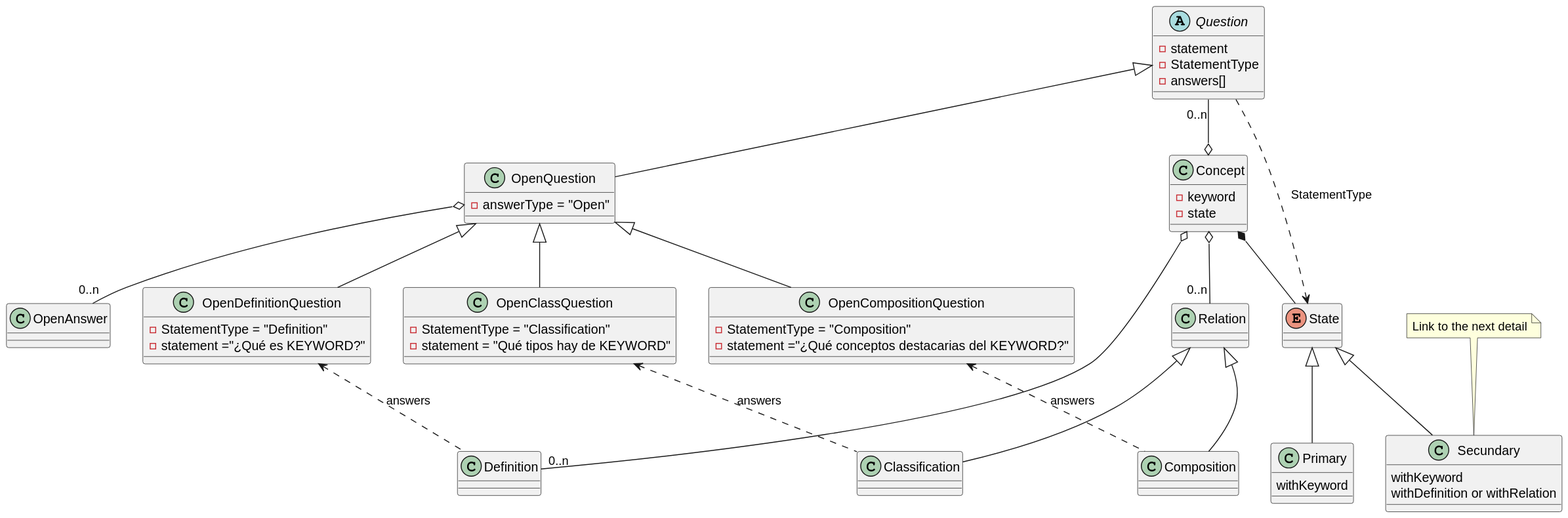
Joselon/ProyectoOpoTest keeps this PlantUML diagram as out/doc/dominio_detail_concept/ConceptDomainDetail.svg. Above is the earlier version.
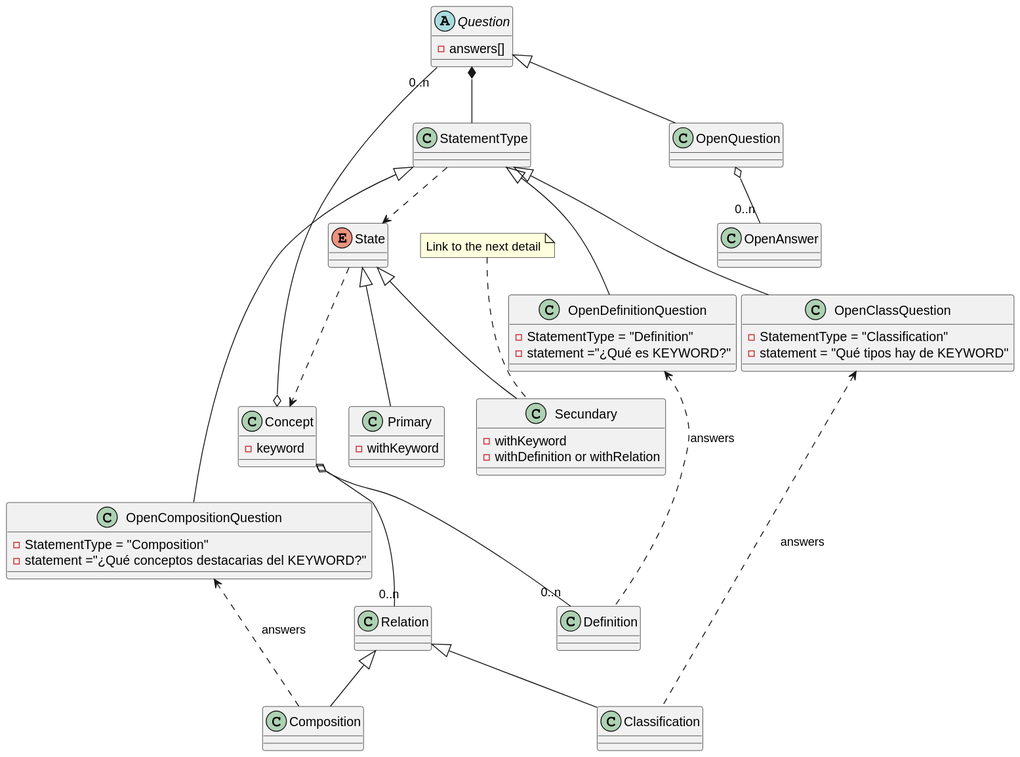
After the commit.

What changed in the source:
```diff
@@ -2,7 +2,6 @@
 
 class Concept {
     - keyword
-    - state
 }
 
 
@@ -17,12 +16,12 @@
 enum State
 
 class Primary {
-    withKeyword
+    - withKeyword
 }
 
 class Secundary {
-    withKeyword
-    withDefinition or withRelation
+    - withKeyword
+    - withDefinition or withRelation
 }
 note "Link to the next detail" as link
 link .- Secundary
@@ -46,20 +45,19 @@
 }
 
 abstract class Question {
-    - statement
-    - StatementType
     - answers[]
 }
 
 class OpenQuestion {
-    - answerType = "Open"
+
 }
 
 Question <|-- OpenQuestion
 Question "0..n" -o Concept
 OpenQuestion o--"0..n" OpenAnswer
-Concept *-- State
-Question ..> State: StatementType
+Question *-- StatementType
+State ..> Concept
+StatementType ..> State
 
 Concept o--"0..n" Definition
 
@@ -71,13 +69,13 @@
 State <|-- Secundary
 
 
-OpenQuestion <|-- OpenDefinitionQuestion
+StatementType <|-- OpenDefinitionQuestion
 OpenDefinitionQuestion <.. Definition: answers
 
-OpenQuestion <|-- OpenClassQuestion
+StatementType <|-- OpenClassQuestion
 OpenClassQuestion <.. Classification :answers
 
-OpenQuestion <|-- OpenCompositionQuestion
+StatementType <|-- OpenCompositionQuestion
 OpenCompositionQuestion <.. Composition :answers
 
 @enduml
```
